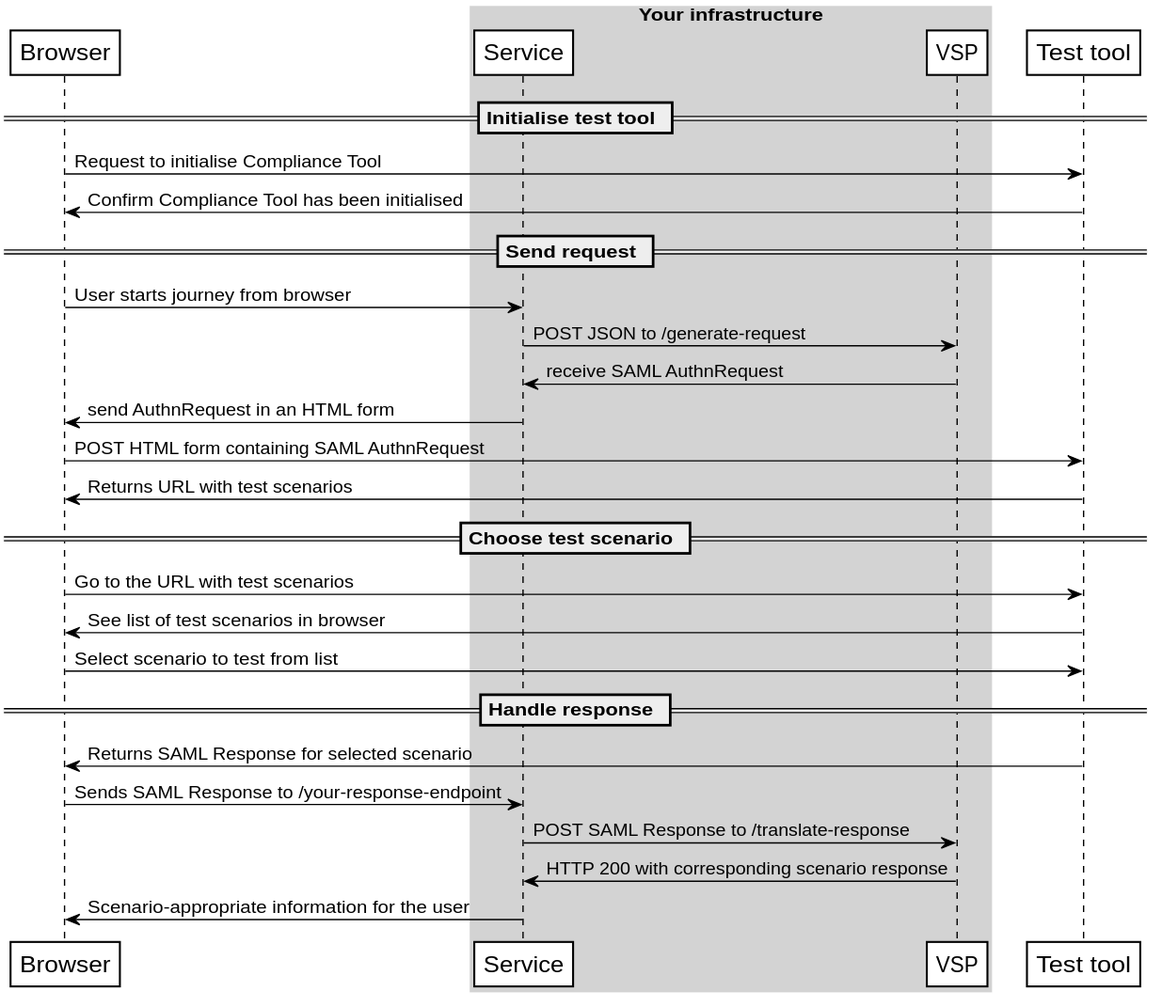
Before: source/images/vsp-integration-overview.svg, a diagram exported from PlantUML (alphagov/verify-tech-docs). The source it was exported from:
```plantuml
@startuml
skinparam backgroundColor #FFFFFF
skinparam shadowing false
skinparam BoxPadding 20

skinparam sequence {
	ArrowColor Black
	ActorBorderColor Black
	BoxBorderColor White
	LifeLineBorderColor Black
	LifeLineBackgroundColor #FFFFFF

	ParticipantBorderColor Black
	ParticipantBackgroundColor White
	ParticipantFontName Helvetica
	ParticipantFontSize 17
	ParticipantFontColor #000000
}

participant Browser
box "Your infrastructure" #LightGray
	participant Service
	participant VSP
end box
participant "Test tool"

== Initialise test tool ==

Browser -> "Test tool" : Request to initialise Compliance Tool
"Test tool" -> Browser : Confirm Compliance Tool has been initialised

== Send request ==

Browser -> Service : User starts journey from browser
Service -> VSP : POST JSON to /generate-request
VSP -> Service : receive SAML AuthnRequest
Service -> Browser : send AuthnRequest in an HTML form

Browser -> "Test tool" : POST HTML form containing SAML AuthnRequest
"Test tool" -> Browser : Returns URL with test scenarios

== Choose test scenario ==

Browser -> "Test tool" : Go to the URL with test scenarios
"Test tool" -> Browser : See list of test scenarios in browser
Browser -> "Test tool" : Select scenario to test from list

== Handle response ==

"Test tool" -> Browser : Returns SAML Response for selected scenario

Browser -> Service : Sends SAML Response to /your-response-endpoint
Service -> VSP : POST SAML Response to /translate-response
VSP -> Service : HTTP 200 with corresponding scenario response
Service -> Browser : Scenario-appropriate information for the user
@enduml
```
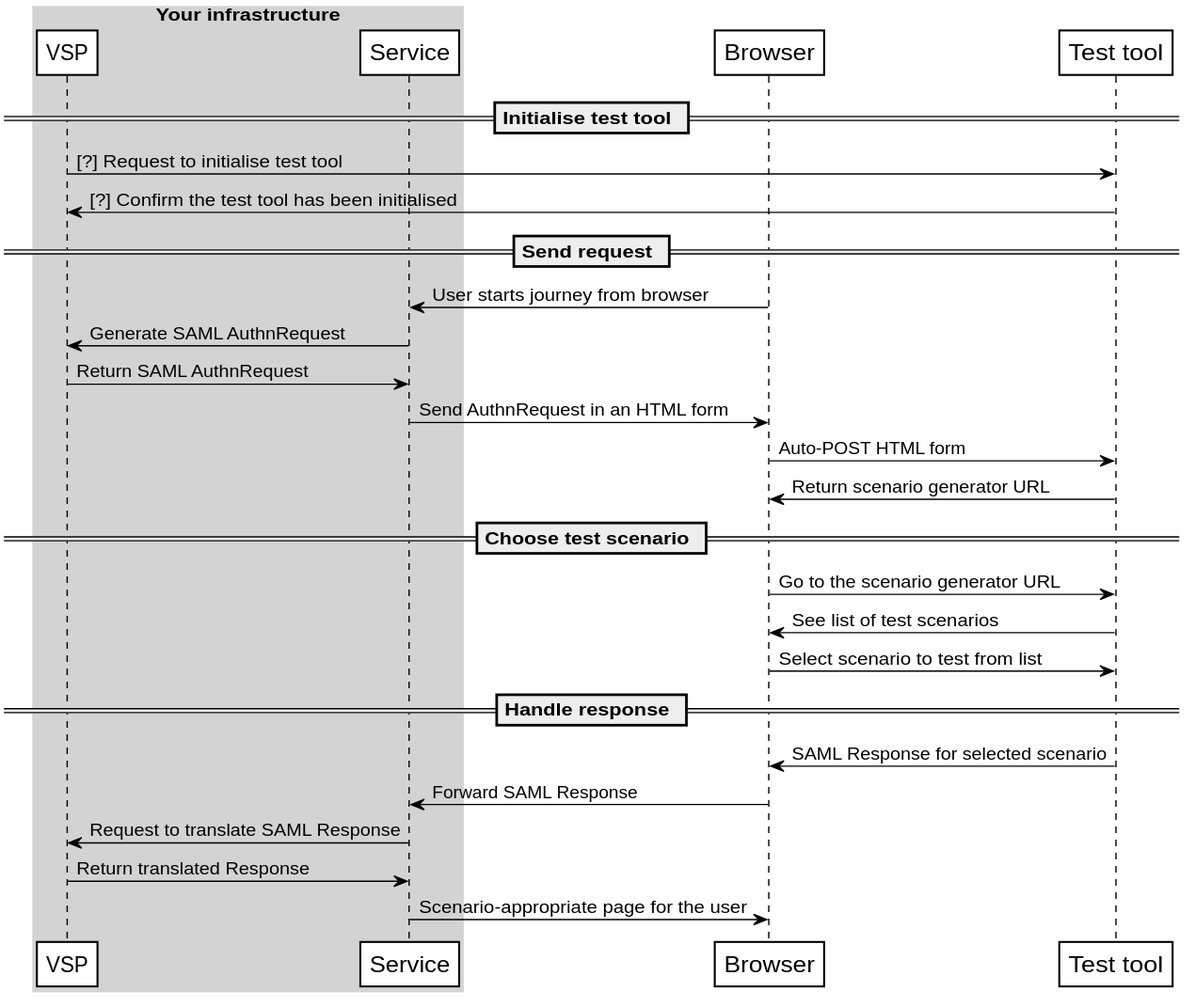
Later version of the same file.

Commit message:
Changed order of lanes in diagram

The edit, as a diff of the source:
```diff
@@ -17,40 +17,41 @@
 	ParticipantFontColor #000000
 }
 
+
+box "Your infrastructure" #LightGray
+	participant VSP
+	participant Service
+end box
 participant Browser
-box "Your infrastructure" #LightGray
-	participant Service
-	participant VSP
-end box
 participant "Test tool"
 
 == Initialise test tool ==
 
-Browser -> "Test tool" : Request to initialise Compliance Tool
-"Test tool" -> Browser : Confirm Compliance Tool has been initialised
+VSP -> "Test tool" : [?] Request to initialise test tool
+"Test tool" -> VSP : [?] Confirm the test tool has been initialised
 
 == Send request ==
 
 Browser -> Service : User starts journey from browser
-Service -> VSP : POST JSON to /generate-request
-VSP -> Service : receive SAML AuthnRequest
-Service -> Browser : send AuthnRequest in an HTML form
+Service -> VSP : Generate SAML AuthnRequest
+VSP -> Service : Return SAML AuthnRequest
+Service -> Browser : Send AuthnRequest in an HTML form
 
-Browser -> "Test tool" : POST HTML form containing SAML AuthnRequest
-"Test tool" -> Browser : Returns URL with test scenarios
+Browser -> "Test tool" : Auto-POST HTML form
+"Test tool" -> Browser : Return scenario generator URL
 
 == Choose test scenario ==
 
-Browser -> "Test tool" : Go to the URL with test scenarios
-"Test tool" -> Browser : See list of test scenarios in browser
+Browser -> "Test tool" : Go to the scenario generator URL
+"Test tool" -> Browser : See list of test scenarios
 Browser -> "Test tool" : Select scenario to test from list
 
 == Handle response ==
 
-"Test tool" -> Browser : Returns SAML Response for selected scenario
+"Test tool" -> Browser : SAML Response for selected scenario
 
-Browser -> Service : Sends SAML Response to /your-response-endpoint
-Service -> VSP : POST SAML Response to /translate-response
-VSP -> Service : HTTP 200 with corresponding scenario response
-Service -> Browser : Scenario-appropriate information for the user
+Browser -> Service : Forward SAML Response
+Service -> VSP : Request to translate SAML Response
+VSP -> Service : Return translated Response
+Service -> Browser : Scenario-appropriate page for the user
 @enduml
```
